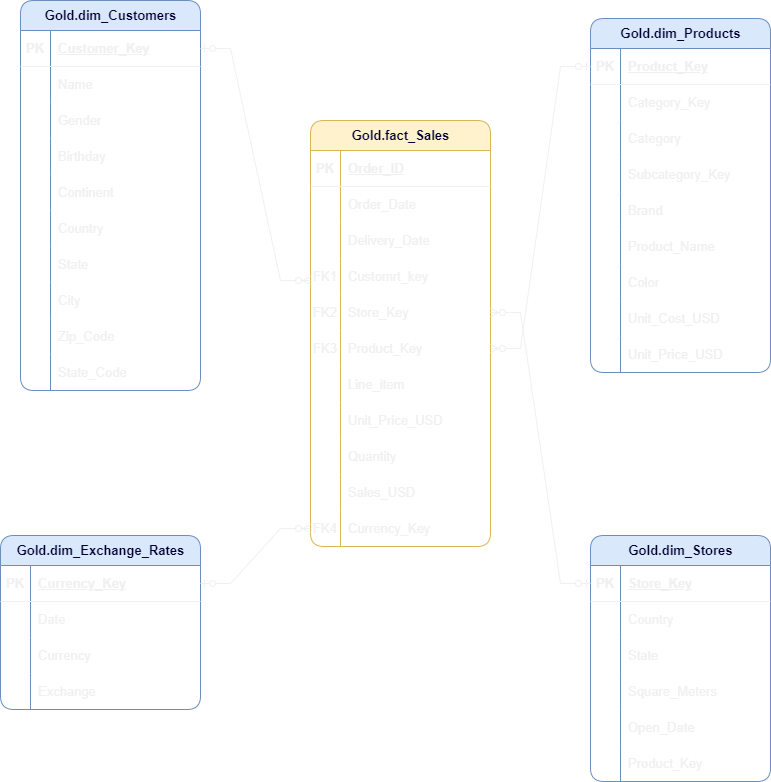
Above: Documentation/Data Model.png in Harquin14/GOBAL_ELECTRONIC_RETAIL_SQL_DATA_WAREHOUSE_PROJECT (draw.io), before the change. Source tidied: cells renumbered, new cells last; positions are measured from the earlier drawing's top-left corner, leaving out a move shared by most shapes.
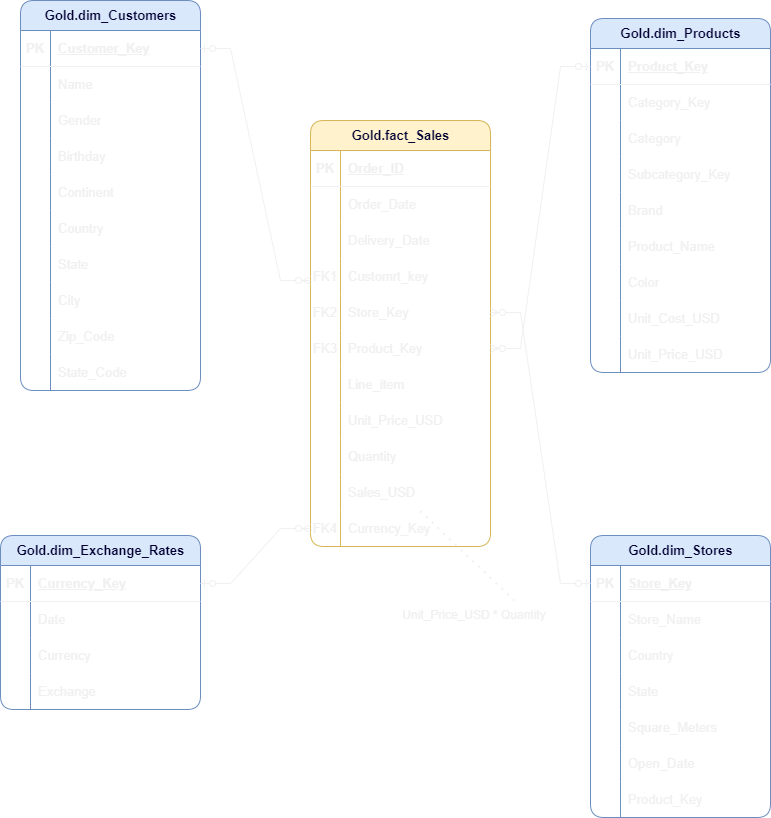
The same file after the commit.

The edit, as a diff of the source:
```diff
@@ -105,7 +105,7 @@
       <mxGeometry x="30" width="150" height="36" as="geometry" />
     </mxCell>
     <mxCell id="36" value="&lt;font color=&quot;#000033&quot;&gt;Gold.dim_Stores&lt;/font&gt;" style="shape=table;startSize=30;rowLines=0;fontStyle=1;align=center;html=1;fontSize=13;fillColor=#dae8fc;strokeColor=#6c8ebf;rounded=1;" parent="1" vertex="1">
-      <mxGeometry x="590" y="535" width="180" height="246" as="geometry" />
+      <mxGeometry x="590" y="535" width="180" height="282" as="geometry" />
     </mxCell>
     <mxCell id="37" style="shape=tableRow;horizontal=0;startSize=0;swimlaneHead=0;swimlaneBody=0;fillColor=none;points=[[0,0.5],[1,0.5]];portConstraint=eastwest;top=0;left=0;right=0;bottom=1;fontSize=13;" parent="36" vertex="1">
       <mxGeometry y="30" width="180" height="36" as="geometry" />
@@ -122,11 +122,20 @@
     <mxCell id="41" style="shape=partialRectangle;fillColor=none;top=0;left=0;bottom=0;right=0;overflow=hidden;whiteSpace=wrap;html=1;fontSize=13;" parent="40" vertex="1">
       <mxGeometry width="30" height="36" as="geometry" />
     </mxCell>
-    <mxCell id="42" value="Country" style="shape=partialRectangle;fillColor=none;top=0;left=0;bottom=0;right=0;align=left;spacingLeft=6;overflow=hidden;whiteSpace=wrap;html=1;fontSize=13;" parent="40" vertex="1">
+    <mxCell id="42" value="Store_Name" style="shape=partialRectangle;fillColor=none;top=0;left=0;bottom=0;right=0;align=left;spacingLeft=6;overflow=hidden;whiteSpace=wrap;html=1;fontSize=13;" parent="40" vertex="1">
       <mxGeometry x="30" width="150" height="36" as="geometry" />
     </mxCell>
+    <mxCell id="131" style="shape=tableRow;horizontal=0;startSize=0;swimlaneHead=0;swimlaneBody=0;fillColor=none;top=0;left=0;right=0;bottom=0;fontSize=13;" parent="36" vertex="1">
+      <mxGeometry y="102" width="180" height="36" as="geometry" />
+    </mxCell>
+    <mxCell id="132" style="shape=partialRectangle;fillColor=none;top=0;left=0;bottom=0;right=0;overflow=hidden;whiteSpace=wrap;html=1;fontSize=13;" parent="131" vertex="1">
+      <mxGeometry width="30" height="36" as="geometry" />
+    </mxCell>
+    <mxCell id="133" value="Country" style="shape=partialRectangle;fillColor=none;top=0;left=0;bottom=0;right=0;align=left;spacingLeft=6;overflow=hidden;whiteSpace=wrap;html=1;fontSize=13;" parent="131" vertex="1">
+      <mxGeometry x="30" width="150" height="36" as="geometry" />
+    </mxCell>
     <mxCell id="43" style="shape=tableRow;horizontal=0;startSize=0;swimlaneHead=0;swimlaneBody=0;fillColor=none;top=0;left=0;right=0;bottom=0;fontSize=13;" parent="36" vertex="1">
-      <mxGeometry y="102" width="180" height="36" as="geometry" />
+      <mxGeometry y="138" width="180" height="36" as="geometry" />
     </mxCell>
     <mxCell id="44" style="shape=partialRectangle;fillColor=none;top=0;left=0;bottom=0;right=0;overflow=hidden;whiteSpace=wrap;html=1;fontSize=13;" parent="43" vertex="1">
       <mxGeometry width="30" height="36" as="geometry" />
@@ -135,7 +144,7 @@
       <mxGeometry x="30" width="150" height="36" as="geometry" />
     </mxCell>
     <mxCell id="46" style="shape=tableRow;horizontal=0;startSize=0;swimlaneHead=0;swimlaneBody=0;fillColor=none;top=0;left=0;right=0;bottom=0;fontSize=13;" parent="36" vertex="1">
-      <mxGeometry y="138" width="180" height="36" as="geometry" />
+      <mxGeometry y="174" width="180" height="36" as="geometry" />
     </mxCell>
     <mxCell id="47" style="shape=partialRectangle;fillColor=none;top=0;left=0;bottom=0;right=0;overflow=hidden;whiteSpace=wrap;html=1;fontSize=13;" parent="46" vertex="1">
       <mxGeometry width="30" height="36" as="geometry" />
@@ -144,7 +153,7 @@
       <mxGeometry x="30" width="150" height="36" as="geometry" />
     </mxCell>
     <mxCell id="49" style="shape=tableRow;horizontal=0;startSize=0;swimlaneHead=0;swimlaneBody=0;fillColor=none;top=0;left=0;right=0;bottom=0;fontSize=13;" parent="36" vertex="1">
-      <mxGeometry y="174" width="180" height="36" as="geometry" />
+      <mxGeometry y="210" width="180" height="36" as="geometry" />
     </mxCell>
     <mxCell id="50" style="shape=partialRectangle;fillColor=none;top=0;left=0;bottom=0;right=0;overflow=hidden;whiteSpace=wrap;html=1;fontSize=13;" parent="49" vertex="1">
       <mxGeometry width="30" height="36" as="geometry" />
@@ -153,7 +162,7 @@
       <mxGeometry x="30" width="150" height="36" as="geometry" />
     </mxCell>
     <mxCell id="52" style="shape=tableRow;horizontal=0;startSize=0;swimlaneHead=0;swimlaneBody=0;fillColor=none;top=0;left=0;right=0;bottom=0;fontSize=13;" parent="36" vertex="1">
-      <mxGeometry y="210" width="180" height="36" as="geometry" />
+      <mxGeometry y="246" width="180" height="36" as="geometry" />
     </mxCell>
     <mxCell id="53" style="shape=partialRectangle;fillColor=none;top=0;left=0;bottom=0;right=0;overflow=hidden;whiteSpace=wrap;html=1;fontSize=13;" parent="52" vertex="1">
       <mxGeometry width="30" height="36" as="geometry" />
@@ -413,5 +422,11 @@
         </Array>
       </mxGeometry>
     </mxCell>
+    <mxCell id="134" style="endArrow=none;dashed=1;html=1;dashPattern=1 3;strokeWidth=2;rounded=0;exitX=0.75;exitY=0;exitDx=0;exitDy=0;" parent="1" edge="1" source="135" target="30">
+      <mxGeometry relative="1" as="geometry" />
+    </mxCell>
+    <mxCell id="135" value="Unit_Price_USD * Quantity" style="text;html=1;align=center;verticalAlign=middle;whiteSpace=wrap;rounded=0;" parent="1" vertex="1">
+      <mxGeometry x="394" y="600" width="160" height="30" as="geometry" />
+    </mxCell>
   </root>
 </mxGraphModel>
```
